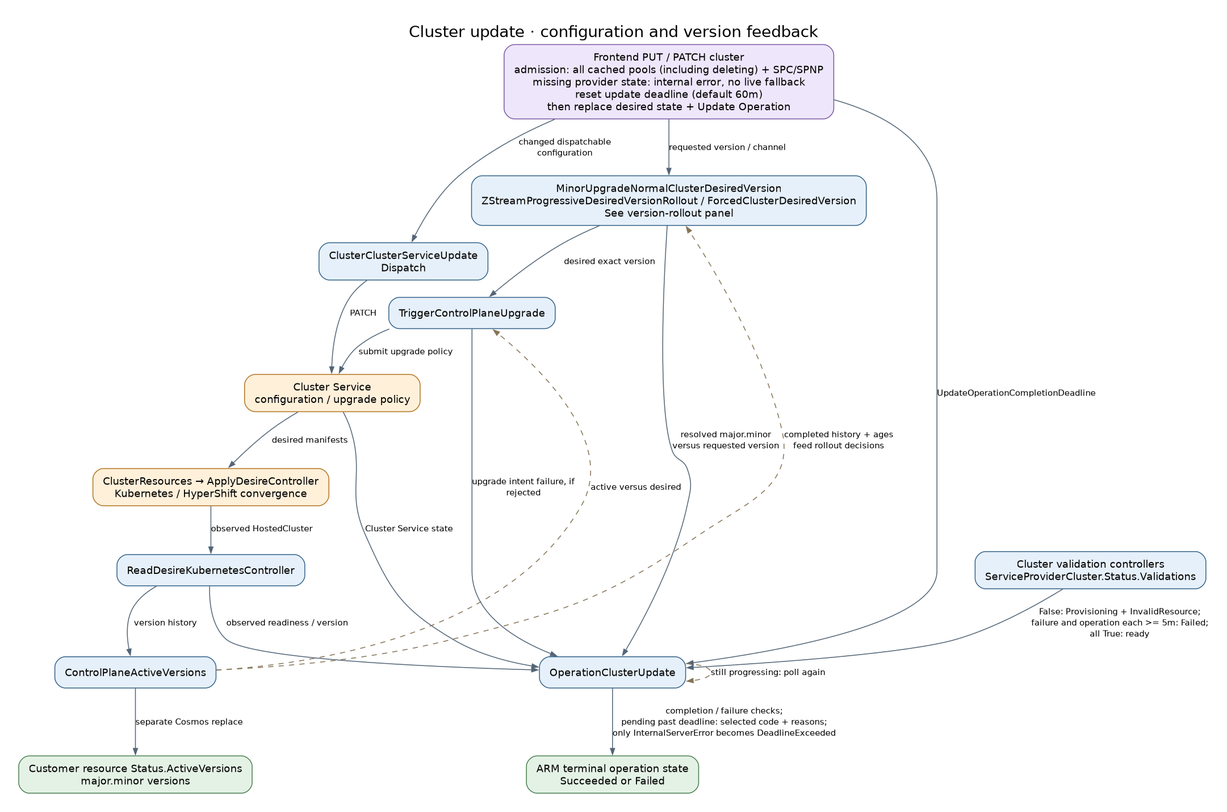
Earlier version of the Graphviz export docs/diagrams/controller-flows/cluster-update.png (Azure/ARO-HCP). Its source is kept beside it as docs/diagrams/controller-flows/cluster-update.dot.
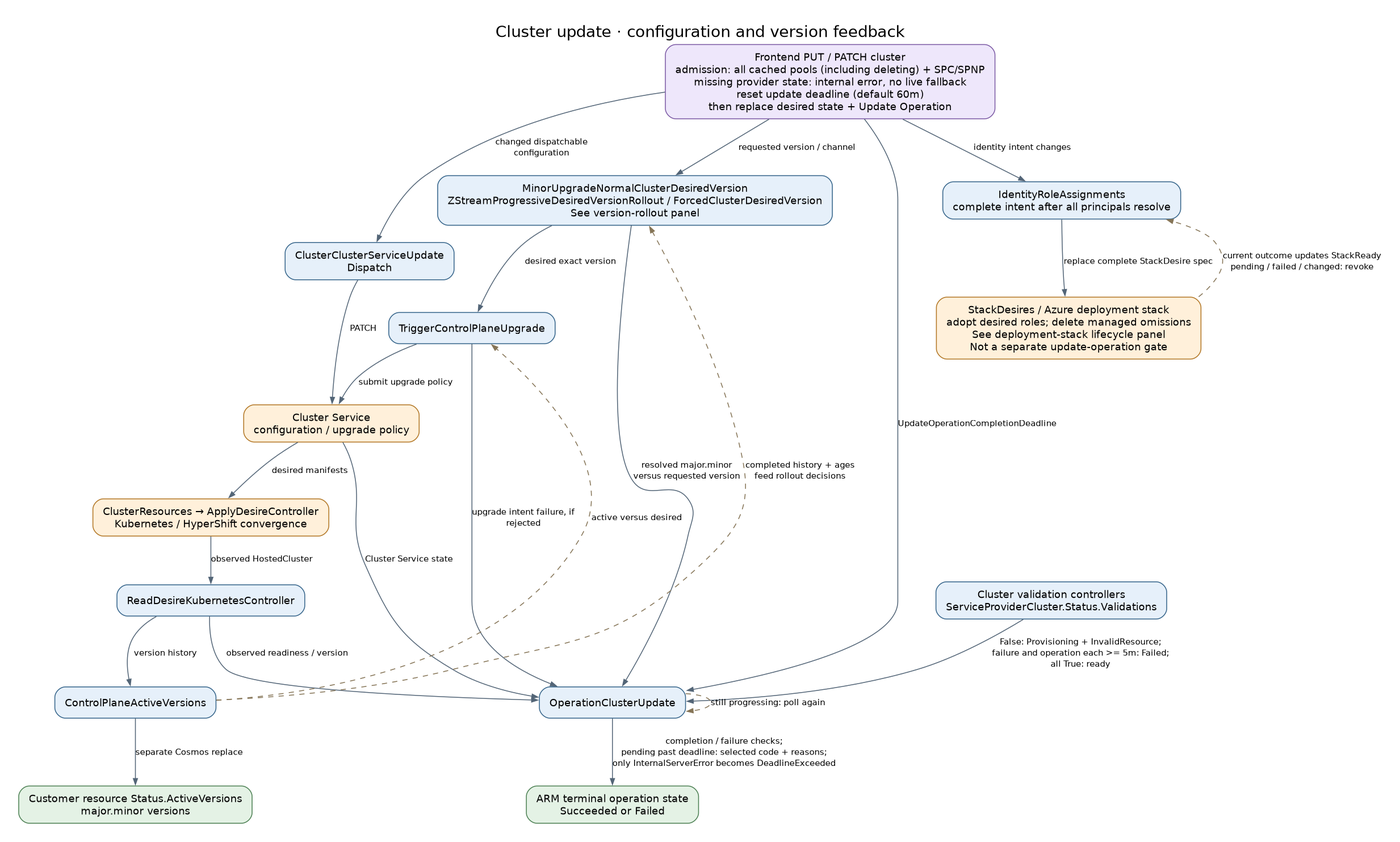
After the change.

Diff of the diagram source:
```diff
@@ -13,6 +13,11 @@
   validation [label="Cluster validation controllers\nServiceProviderCluster.Status.Validations", fillcolor="#e6f0fa", color="#35648a"];
   op [label="OperationClusterUpdate", fillcolor="#e6f0fa", color="#35648a"];
   done [label="ARM terminal operation state\nSucceeded or Failed", fillcolor="#e4f2e5", color="#4c8053"];
+  roles [label="IdentityRoleAssignments\ncomplete intent after all principals resolve", fillcolor="#e6f0fa", color="#35648a"];
+  stacks [label="StackDesires / Azure deployment stack\nadopt desired roles; delete managed omissions\nSee deployment-stack lifecycle panel\nNot a separate update-operation gate", fillcolor="#fff0da", color="#b27624"];
+  put -> roles [label="identity intent changes"];
+  roles -> stacks [label="replace complete StackDesire spec"];
+  stacks -> roles [label="current outcome updates StackReady\npending / failed / changed: revoke", style=dashed, color="#857456", constraint=false];
   put -> dispatch [label="changed dispatchable\nconfiguration"];
   put -> desired [label="requested version / channel"];
   desired -> upgrade [label="desired exact version"];
```
